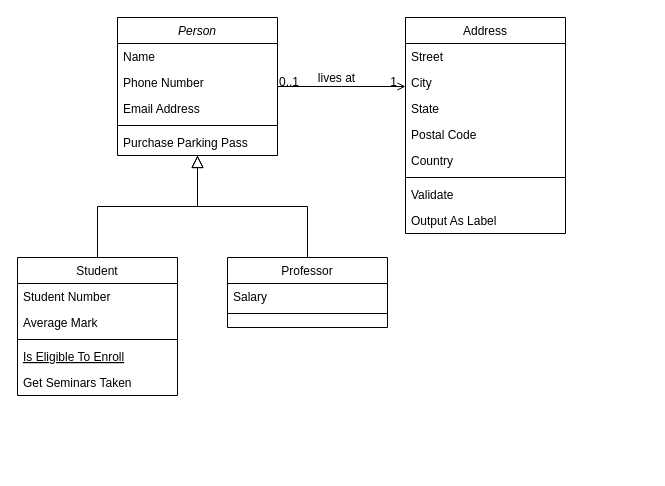
The draw.io diagram 제목 없는 다이어그램.drawio in hunitory/hunitory, before the edit. Source tidied: cells renumbered, new cells numbered last; positions are measured from the earlier drawing's top-left corner, leaving out a move shared by most shapes. Both pictures are drawn from the tidied source at 100%, with x=0, y=0 at pixel (17, 17).
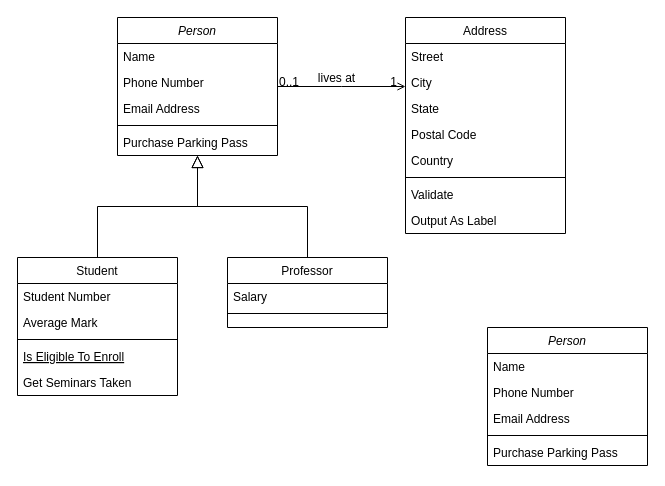
Above is the later version.

Commit message:
제목 없는 다이어그램.drawio 업데이트

Diff of the diagram source:
```diff
@@
+    <mxCell id="32" value="Person" style="swimlane;fontStyle=2;align=center;verticalAlign=top;horizontal=1;startSize=26;rounded=0;shadow=0;strokeWidth=1;" parent="1" vertex="1">
+      <mxGeometry x="470" y="310" width="160" height="138" as="geometry" />
+    </mxCell>
+    <mxCell id="33" value="Name" style="text;align=left;verticalAlign=top;spacingLeft=4;spacingRight=4;overflow=hidden;" parent="32" vertex="1">
+      <mxGeometry y="26" width="160" height="26" as="geometry" />
+    </mxCell>
+    <mxCell id="34" value="Phone Number" style="text;align=left;verticalAlign=top;spacingLeft=4;spacingRight=4;overflow=hidden;rounded=0;shadow=0;html=0;" parent="32" vertex="1">
+      <mxGeometry y="52" width="160" height="26" as="geometry" />
+    </mxCell>
+    <mxCell id="35" value="Email Address" style="text;align=left;verticalAlign=top;spacingLeft=4;spacingRight=4;overflow=hidden;rounded=0;shadow=0;html=0;" parent="32" vertex="1">
+      <mxGeometry y="78" width="160" height="26" as="geometry" />
+    </mxCell>
+    <mxCell id="36" style="line;html=1;strokeWidth=1;align=left;verticalAlign=middle;spacingTop=-1;spacingLeft=3;spacingRight=3;labelPosition=right;" parent="32" vertex="1">
+      <mxGeometry y="104" width="160" height="8" as="geometry" />
+    </mxCell>
+    <mxCell id="37" value="Purchase Parking Pass" style="text;align=left;verticalAlign=top;spacingLeft=4;spacingRight=4;overflow=hidden;" parent="32" vertex="1">
+      <mxGeometry y="112" width="160" height="26" as="geometry" />
+    </mxCell>
```
